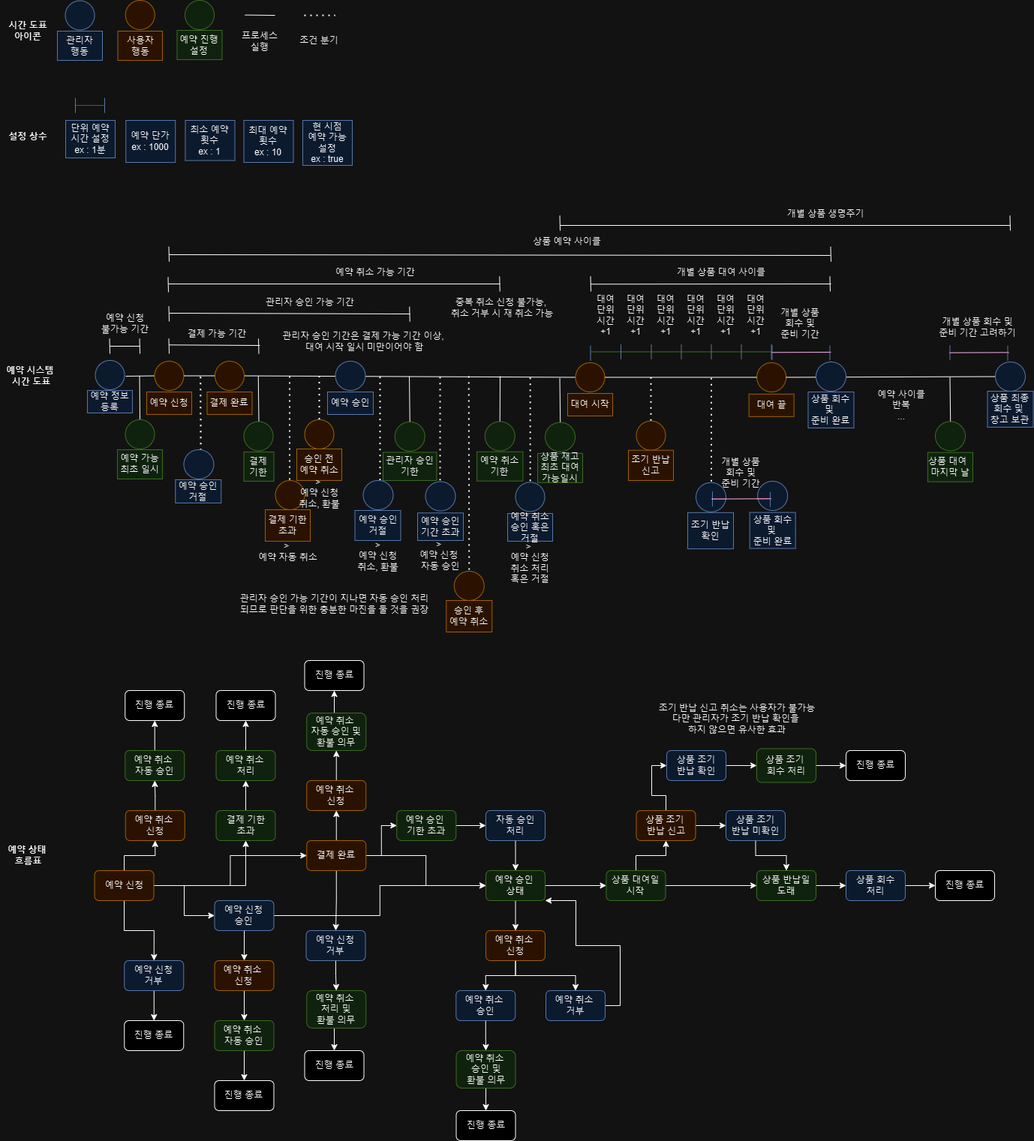
This is module-service-rental-reservation/external_files/logic/Reservation.drawio.png from RaillyLinker/Kotlin_SpringbootMvc_Template, a draw.io export, as it was before one commit. Source tidied: cells renumbered, new cells last; positions are measured from the earlier drawing's top-left corner, leaving out a move shared by most shapes.
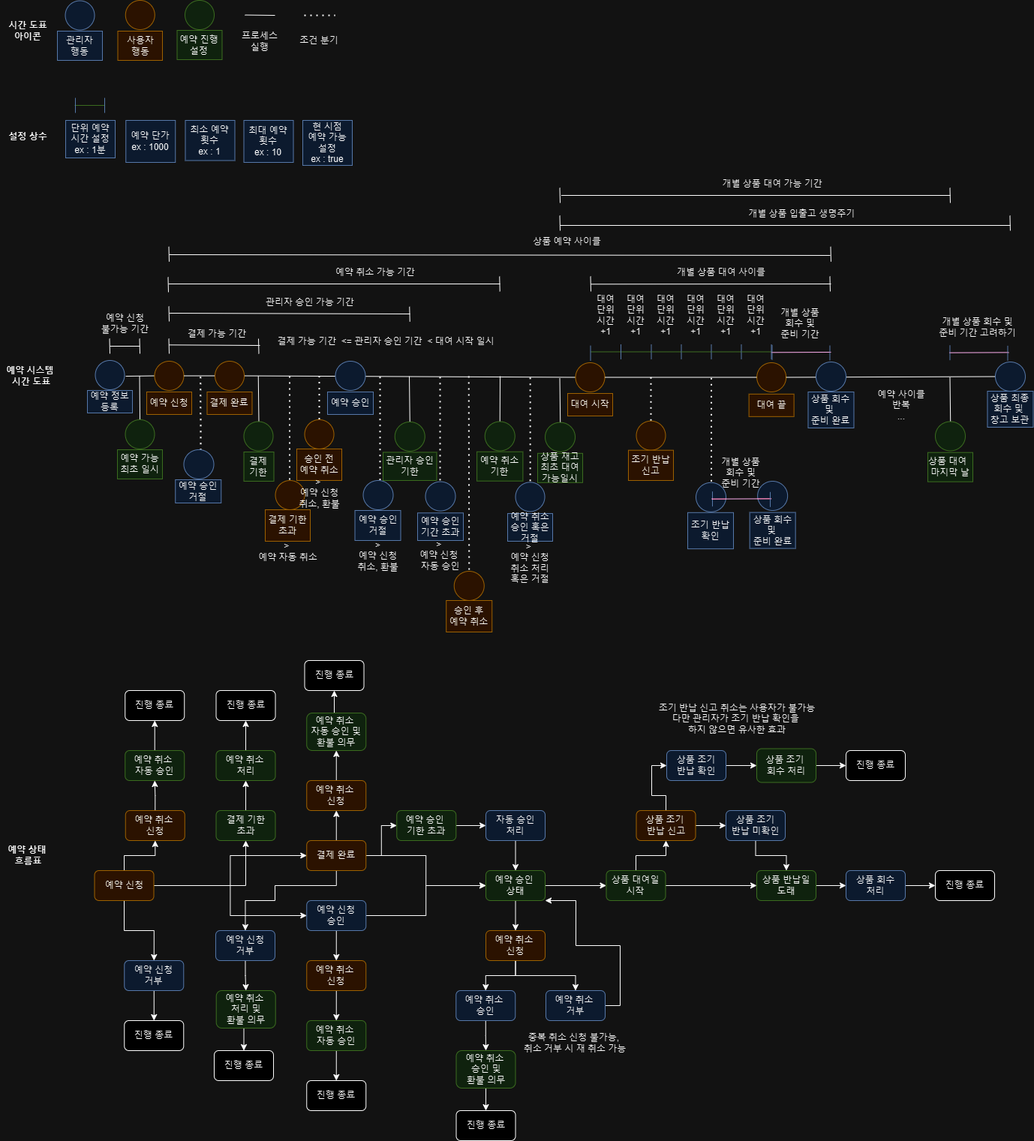
The same file after the commit.

Change to the diagram source:
```diff
@@ -637,12 +637,9 @@
         <mxPoint x="745.5" y="287" as="targetPoint" />
       </mxGeometry>
     </mxCell>
-    <mxCell id="152" value="&amp;nbsp;개별 상품 생명주기" style="text;html=1;align=center;verticalAlign=middle;whiteSpace=wrap;rounded=0;" parent="1" vertex="1">
-      <mxGeometry x="1019" y="270" width="158.9" height="30" as="geometry" />
+    <mxCell id="152" value="&amp;nbsp;개별 상품 입출고 생명주기" style="text;html=1;align=center;verticalAlign=middle;whiteSpace=wrap;rounded=0;" parent="1" vertex="1">
+      <mxGeometry x="987" y="270" width="158.9" height="30" as="geometry" />
     </mxCell>
-    <mxCell id="153" value="관리자 승인 가능 기간이 지나면 자동 승인 처리되므로 판단을 위한 충분한 마진을 둘 것을 권장" style="text;html=1;align=center;verticalAlign=middle;whiteSpace=wrap;rounded=0;" parent="1" vertex="1">
-      <mxGeometry x="313.5" y="790" width="263" height="30" as="geometry" />
-    </mxCell>
     <mxCell id="154" style="endArrow=none;dashed=1;html=1;dashPattern=1 3;strokeWidth=2;rounded=0;" parent="1" edge="1">
       <mxGeometry relative="1" as="geometry">
         <mxPoint x="266.7" y="501.7" as="sourcePoint" />
@@ -656,7 +653,7 @@
       <mxGeometry x="233.2" y="639" width="61" height="31" as="geometry" />
     </mxCell>
     <mxCell id="157" value="중복 취소 신청 불가능,&amp;nbsp;&lt;div&gt;취소 거부 시 재 취소 가능&lt;/div&gt;" style="text;html=1;align=center;verticalAlign=middle;whiteSpace=wrap;rounded=0;" parent="1" vertex="1">
-      <mxGeometry x="594.2" y="389.7" width="150.3" height="40" as="geometry" />
+      <mxGeometry x="691.4" y="1370" width="150.3" height="40" as="geometry" />
     </mxCell>
     <mxCell id="158" value="조기 반납 신고 취소는&amp;nbsp;&lt;span style=&quot;background-color: initial;&quot;&gt;사용자가 불가능&lt;/span&gt;&lt;div&gt;&lt;div&gt;다만 관리자가&amp;nbsp;&lt;span style=&quot;background-color: initial;&quot;&gt;조기 반납 확인을&amp;nbsp;&lt;/span&gt;&lt;/div&gt;&lt;div&gt;하지 않으면 유&lt;span style=&quot;background-color: initial;&quot;&gt;사한 효과&lt;/span&gt;&lt;/div&gt;&lt;/div&gt;" style="text;html=1;align=center;verticalAlign=middle;whiteSpace=wrap;rounded=0;" parent="1" vertex="1">
       <mxGeometry x="875.8" y="930" width="212.3" height="55" as="geometry" />
@@ -707,13 +704,13 @@
       <mxGeometry relative="1" as="geometry" />
     </mxCell>
     <mxCell id="174" value="예약 신청&lt;div&gt;승인&lt;/div&gt;" style="rounded=1;whiteSpace=wrap;html=1;fillColor=#dae8fc;strokeColor=#6c8ebf;" parent="1" vertex="1">
-      <mxGeometry x="285.5" y="1200" width="79" height="40" as="geometry" />
+      <mxGeometry x="408.2" y="1200" width="79" height="40" as="geometry" />
     </mxCell>
     <mxCell id="175" style="edgeStyle=orthogonalEdgeStyle;rounded=0;jettySize=auto;html=1;exitX=0.5;exitY=1;exitDx=0;exitDy=0;entryX=0.5;entryY=0;entryDx=0;entryDy=0;" parent="1" edge="1" source="176" target="210">
       <mxGeometry relative="1" as="geometry" />
     </mxCell>
     <mxCell id="176" value="&lt;div&gt;&lt;span style=&quot;background-color: initial;&quot;&gt;예약 취소&amp;nbsp;&lt;/span&gt;&lt;/div&gt;&lt;div&gt;신청&lt;/div&gt;" style="rounded=1;whiteSpace=wrap;html=1;fillColor=#ffe6cc;strokeColor=#d79b00;" parent="1" vertex="1">
-      <mxGeometry x="285.5" y="1280" width="79" height="40" as="geometry" />
+      <mxGeometry x="408.2" y="1280" width="79" height="40" as="geometry" />
     </mxCell>
     <mxCell id="177" style="edgeStyle=orthogonalEdgeStyle;rounded=0;jettySize=auto;html=1;exitX=1;exitY=0.5;exitDx=0;exitDy=0;entryX=1;entryY=1;entryDx=0;entryDy=0;" parent="1" edge="1" source="178" target="214">
       <mxGeometry relative="1" as="geometry">
@@ -798,7 +795,14 @@
       <mxGeometry relative="1" as="geometry" />
     </mxCell>
     <mxCell id="202" style="edgeStyle=orthogonalEdgeStyle;rounded=0;jettySize=auto;html=1;exitX=0.5;exitY=1;exitDx=0;exitDy=0;entryX=0.5;entryY=0;entryDx=0;entryDy=0;" parent="1" edge="1" source="203" target="233">
-      <mxGeometry relative="1" as="geometry" />
+      <mxGeometry relative="1" as="geometry">
+        <Array as="points">
+          <mxPoint x="448" y="1180" />
+          <mxPoint x="366" y="1180" />
+          <mxPoint x="366" y="1200" />
+          <mxPoint x="327" y="1200" />
+        </Array>
+      </mxGeometry>
     </mxCell>
     <mxCell id="203" value="결제 완료" style="rounded=1;whiteSpace=wrap;html=1;fillColor=#ffe6cc;strokeColor=#d79b00;" parent="1" vertex="1">
       <mxGeometry x="408.2" y="1120" width="79" height="40" as="geometry" />
@@ -822,10 +826,10 @@
       <mxGeometry relative="1" as="geometry" />
     </mxCell>
     <mxCell id="210" value="예약 취소&amp;nbsp;&lt;div&gt;자동 승인&lt;/div&gt;" style="rounded=1;whiteSpace=wrap;html=1;fillColor=#d5e8d4;strokeColor=#82b366;" parent="1" vertex="1">
-      <mxGeometry x="285.5" y="1360" width="79" height="40" as="geometry" />
+      <mxGeometry x="408.2" y="1360" width="79" height="40" as="geometry" />
     </mxCell>
     <mxCell id="211" value="진행 종료" style="rounded=1;whiteSpace=wrap;html=1;" parent="1" vertex="1">
-      <mxGeometry x="285.5" y="1440" width="79" height="40" as="geometry" />
+      <mxGeometry x="408.2" y="1440" width="79" height="40" as="geometry" />
     </mxCell>
     <mxCell id="212" style="edgeStyle=orthogonalEdgeStyle;rounded=0;jettySize=auto;html=1;exitX=0.5;exitY=1;exitDx=0;exitDy=0;entryX=0.5;entryY=0;entryDx=0;entryDy=0;" parent="1" edge="1" source="214" target="217">
       <mxGeometry relative="1" as="geometry" />
@@ -891,19 +895,40 @@
       <mxGeometry relative="1" as="geometry" />
     </mxCell>
     <mxCell id="233" value="예약 신청&lt;div&gt;거부&lt;/div&gt;" style="rounded=1;whiteSpace=wrap;html=1;fillColor=#dae8fc;strokeColor=#6c8ebf;" parent="1" vertex="1">
-      <mxGeometry x="407.5" y="1240" width="79" height="40" as="geometry" />
+      <mxGeometry x="287" y="1240" width="79" height="40" as="geometry" />
     </mxCell>
     <mxCell id="234" style="edgeStyle=orthogonalEdgeStyle;rounded=0;jettySize=auto;html=1;exitX=0.5;exitY=1;exitDx=0;exitDy=0;entryX=0.5;entryY=0;entryDx=0;entryDy=0;" parent="1" edge="1" source="235" target="236">
       <mxGeometry relative="1" as="geometry" />
     </mxCell>
     <mxCell id="235" value="예약 취소&amp;nbsp;&lt;div&gt;처리 및&lt;/div&gt;&lt;div&gt;환불 의무&lt;/div&gt;" style="rounded=1;whiteSpace=wrap;html=1;fillColor=#d5e8d4;strokeColor=#82b366;" parent="1" vertex="1">
-      <mxGeometry x="408.2" y="1320" width="79" height="50" as="geometry" />
+      <mxGeometry x="287.7" y="1320" width="79" height="50" as="geometry" />
     </mxCell>
     <mxCell id="236" value="진행 종료" style="rounded=1;whiteSpace=wrap;html=1;" parent="1" vertex="1">
-      <mxGeometry x="405.5" y="1400" width="79" height="40" as="geometry" />
+      <mxGeometry x="285" y="1400" width="79" height="40" as="geometry" />
     </mxCell>
-    <mxCell id="237" value="관리자 승인 기간은 결제 가능 기간 이상,&amp;nbsp;&lt;div&gt;대여 시작 일시 미만이어야 함&lt;/div&gt;" style="text;html=1;align=center;verticalAlign=middle;whiteSpace=wrap;rounded=0;" parent="1" vertex="1">
-      <mxGeometry x="354" y="440" width="263" height="30" as="geometry" />
+    <mxCell id="237" value="결제 가능 기간&amp;nbsp;&amp;nbsp;&lt;span style=&quot;background-color: initial;&quot;&gt;&amp;lt;= 관리자 승인 기간&amp;nbsp;&amp;nbsp;&lt;/span&gt;&lt;span style=&quot;background-color: initial;&quot;&gt;&amp;lt;&amp;nbsp;&lt;/span&gt;&lt;span style=&quot;background-color: initial;&quot;&gt;대여 시작 일시&lt;/span&gt;" style="text;html=1;align=center;verticalAlign=middle;whiteSpace=wrap;rounded=0;" parent="1" vertex="1">
+      <mxGeometry x="363.5" y="440" width="302" height="30" as="geometry" />
     </mxCell>
+    <mxCell id="238" style="endArrow=none;html=1;rounded=0;" parent="1" edge="1">
+      <mxGeometry relative="1" as="geometry">
+        <mxPoint x="746" y="270" as="sourcePoint" />
+        <mxPoint x="745.5" y="250" as="targetPoint" />
+      </mxGeometry>
+    </mxCell>
+    <mxCell id="239" style="endArrow=none;html=1;rounded=0;" parent="1" edge="1">
+      <mxGeometry relative="1" as="geometry">
+        <mxPoint x="747.5" y="260" as="sourcePoint" />
+        <mxPoint x="1266" y="260" as="targetPoint" />
+      </mxGeometry>
+    </mxCell>
+    <mxCell id="240" style="endArrow=none;html=1;rounded=0;" parent="1" edge="1">
+      <mxGeometry relative="1" as="geometry">
+        <mxPoint x="1266" y="270" as="sourcePoint" />
+        <mxPoint x="1265.5" y="250" as="targetPoint" />
+      </mxGeometry>
+    </mxCell>
+    <mxCell id="241" value="&amp;nbsp;개별 상품 대여 가능 기간" style="text;html=1;align=center;verticalAlign=middle;whiteSpace=wrap;rounded=0;" parent="1" vertex="1">
+      <mxGeometry x="948.2" y="230" width="158.9" height="30" as="geometry" />
+    </mxCell>
   </root>
 </mxGraphModel>
```
